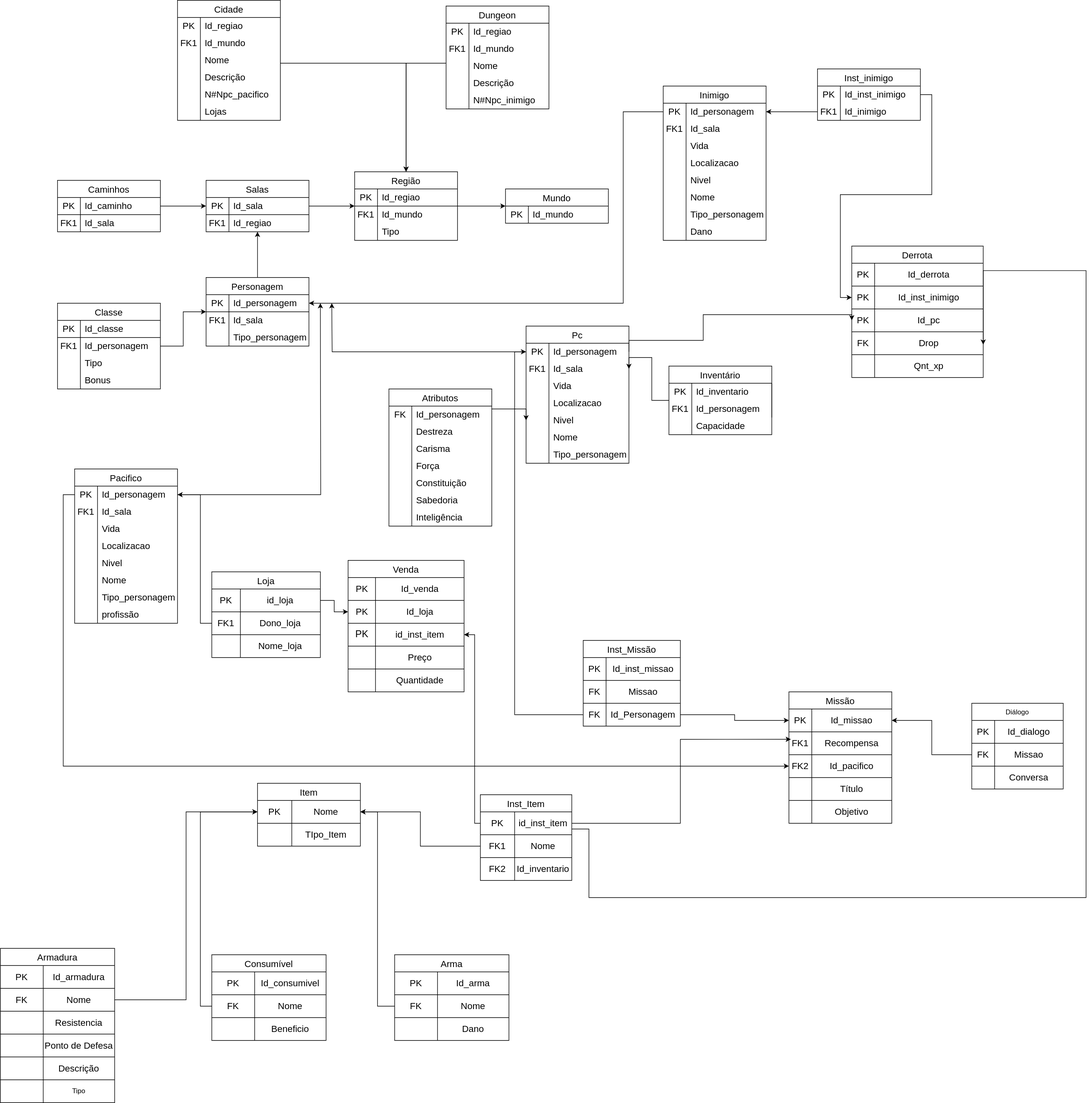
Before: docs/modulo_01/MER.drawio.svg, a diagram exported from draw.io (SBD1/2024.2-D-D-classico). Source tidied: cells renumbered, new cells last; positions are measured from the earlier drawing's top-left corner, leaving out a move shared by most shapes.
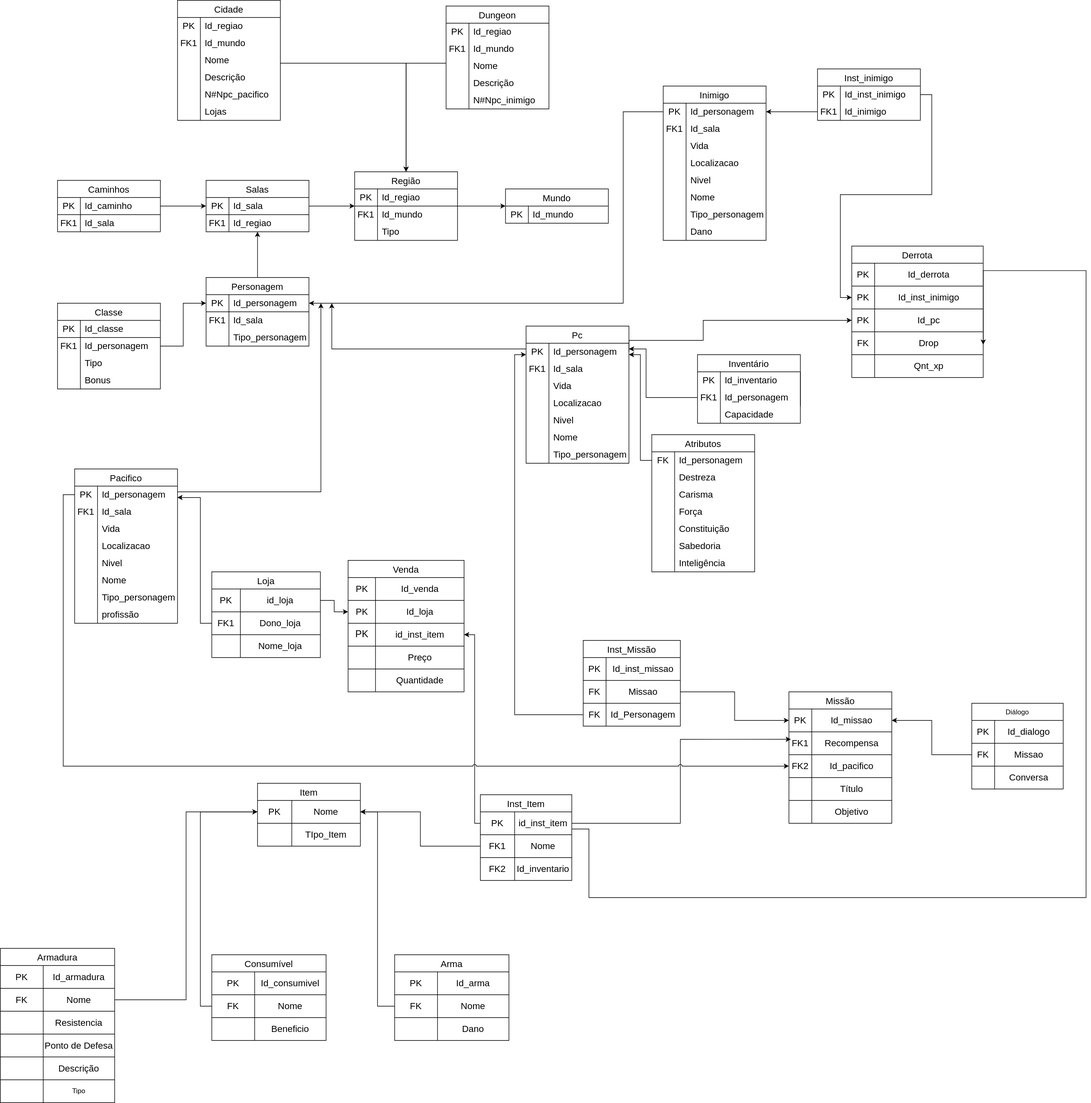
Above is the later version.

The edit, as a diff of the source:
```diff
@@ -121,16 +121,13 @@
     <mxCell id="38" style="line;strokeWidth=1;html=1;" parent="1" vertex="1">
       <mxGeometry x="100" y="370" width="180" height="10" as="geometry" />
     </mxCell>
-    <mxCell id="39" style="edgeStyle=orthogonalEdgeStyle;rounded=0;jettySize=auto;html=1;entryX=1;entryY=0.5;entryDx=0;entryDy=0;" parent="1" edge="1" source="52" target="196">
-      <mxGeometry relative="1" as="geometry">
-        <Array as="points">
-          <mxPoint x="1140" y="700" />
-          <mxPoint x="1140" y="625" />
-        </Array>
-      </mxGeometry>
-    </mxCell>
     <mxCell id="40" style="edgeStyle=orthogonalEdgeStyle;rounded=0;jettySize=auto;html=1;" parent="1" edge="1" source="70" target="41">
-      <mxGeometry relative="1" as="geometry" />
+      <mxGeometry relative="1" as="geometry">
+        <Array as="points">
+          <mxPoint x="320" y="605" />
+          <mxPoint x="320" y="530" />
+        </Array>
+      </mxGeometry>
     </mxCell>
     <mxCell id="41" value="Personagem" style="shape=table;startSize=30;rowLines=0;fontStyle=0;strokeColor=default;fontSize=16;" parent="1" vertex="1">
       <mxGeometry x="360" y="485" width="180" height="120" as="geometry" />
@@ -166,7 +163,7 @@
       <mxGeometry x="360" y="540" width="180" height="10" as="geometry" />
     </mxCell>
     <mxCell id="52" value="Inventário" style="shape=table;startSize=30;rowLines=0;fontStyle=0;strokeColor=default;fontSize=16;" parent="1" vertex="1">
-      <mxGeometry x="1170" y="640" width="180" height="120" as="geometry" />
+      <mxGeometry x="1220" y="620" width="180" height="120" as="geometry" />
     </mxCell>
     <mxCell id="53" style="shape=tableRow;horizontal=0;startSize=0;swimlaneHead=0;swimlaneBody=0;top=0;left=0;bottom=0;right=0;fillColor=none;strokeColor=inherit;fontSize=16;" parent="52" vertex="1">
       <mxGeometry y="30" width="180" height="30" as="geometry" />
@@ -294,11 +291,12 @@
     <mxCell id="94" value="&lt;font style=&quot;font-size: 16px;&quot;&gt;Nome_loja&lt;/font&gt;" style="shape=partialRectangle;html=1;whiteSpace=wrap;strokeColor=inherit;overflow=hidden;fillColor=none;top=0;left=0;bottom=0;right=0;" parent="92" vertex="1">
       <mxGeometry x="50" width="140" height="40" as="geometry" />
     </mxCell>
-    <mxCell id="95" style="edgeStyle=orthogonalEdgeStyle;rounded=0;jettySize=auto;html=1;entryX=1;entryY=0.5;entryDx=0;entryDy=0;exitX=0;exitY=0.5;exitDx=0;exitDy=0;" parent="1" edge="1" source="89" target="238">
+    <mxCell id="95" style="edgeStyle=orthogonalEdgeStyle;rounded=0;jettySize=auto;html=1;entryX=0.999;entryY=0.661;entryDx=0;entryDy=0;exitX=0;exitY=0.5;exitDx=0;exitDy=0;entryPerimeter=0;" parent="1" edge="1" source="89" target="238">
       <mxGeometry relative="1" as="geometry">
         <Array as="points">
           <mxPoint x="350" y="1090" />
-          <mxPoint x="350" y="865" />
+          <mxPoint x="350" y="870" />
+          <mxPoint x="310" y="870" />
         </Array>
       </mxGeometry>
     </mxCell>
@@ -431,8 +429,9 @@
     <mxCell id="138" style="edgeStyle=orthogonalEdgeStyle;rounded=0;jettySize=auto;html=1;exitX=1;exitY=0.5;exitDx=0;exitDy=0;entryX=0;entryY=0.5;entryDx=0;entryDy=0;" parent="1" edge="1" source="193" target="129">
       <mxGeometry relative="1" as="geometry">
         <Array as="points">
+          <mxPoint x="1100" y="595" />
           <mxPoint x="1230" y="595" />
-          <mxPoint x="1230" y="550" />
+          <mxPoint x="1230" y="560" />
         </Array>
       </mxGeometry>
     </mxCell>
@@ -561,9 +560,6 @@
     <mxCell id="177" value="&lt;font style=&quot;font-size: 16px;&quot;&gt;Beneficio&lt;br&gt;&lt;/font&gt;" style="shape=partialRectangle;html=1;whiteSpace=wrap;strokeColor=inherit;overflow=hidden;fillColor=none;top=0;left=0;bottom=0;right=0;" parent="175" vertex="1">
       <mxGeometry x="75" width="125" height="40" as="geometry" />
     </mxCell>
-    <mxCell id="178" style="edgeStyle=orthogonalEdgeStyle;rounded=0;jettySize=auto;html=1;" parent="1" edge="1" source="192" target="59">
-      <mxGeometry relative="1" as="geometry" />
-    </mxCell>
     <mxCell id="179" value="Arma" style="shape=table;startSize=30;fontSize=16;" parent="1" vertex="1">
       <mxGeometry x="690" y="1670" width="200" height="150" as="geometry" />
     </mxCell>
@@ -670,7 +666,7 @@
       <mxGeometry x="40" width="140" height="30" as="geometry" />
     </mxCell>
     <mxCell id="214" value="Atributos" style="shape=table;startSize=30;rowLines=0;fontStyle=0;strokeColor=default;fontSize=16;" parent="1" vertex="1">
-      <mxGeometry x="680" y="680" width="180" height="240" as="geometry" />
+      <mxGeometry x="1140" y="760" width="180" height="240" as="geometry" />
     </mxCell>
     <mxCell id="215" style="shape=tableRow;horizontal=0;startSize=0;swimlaneHead=0;swimlaneBody=0;top=0;left=0;bottom=0;right=0;fillColor=none;points=[[0,0.5],[1,0.5]];portConstraint=eastwest;strokeColor=inherit;fontSize=16;" parent="214" vertex="1">
       <mxGeometry y="30" width="180" height="30" as="geometry" />
@@ -735,14 +731,6 @@
     <mxCell id="235" value="Inteligência" style="shape=partialRectangle;html=1;whiteSpace=wrap;fillColor=none;top=0;left=0;bottom=0;right=0;align=left;spacingLeft=6;overflow=hidden;strokeColor=inherit;fontSize=16;" parent="233" vertex="1">
       <mxGeometry x="40" width="140" height="30" as="geometry" />
     </mxCell>
-    <mxCell id="236" style="edgeStyle=orthogonalEdgeStyle;rounded=0;jettySize=auto;html=1;entryX=0;entryY=0.5;entryDx=0;entryDy=0;jumpStyle=arc;" parent="1" edge="1" source="215" target="205">
-      <mxGeometry relative="1" as="geometry">
-        <Array as="points">
-          <mxPoint x="860" y="725" />
-          <mxPoint x="860" y="715" />
-        </Array>
-      </mxGeometry>
-    </mxCell>
     <mxCell id="237" value="Pacifico" style="shape=table;startSize=30;rowLines=0;fontStyle=0;strokeColor=default;fontSize=16;" parent="1" vertex="1">
       <mxGeometry x="130" y="820" width="180" height="270" as="geometry" />
     </mxCell>
@@ -904,11 +892,18 @@
     <mxCell id="288" style="edgeStyle=orthogonalEdgeStyle;rounded=0;jettySize=auto;html=1;" parent="1" edge="1" source="193">
       <mxGeometry relative="1" as="geometry">
         <mxPoint x="580" y="530" as="targetPoint" />
+        <Array as="points">
+          <mxPoint x="580" y="610" />
+        </Array>
       </mxGeometry>
     </mxCell>
     <mxCell id="289" style="edgeStyle=orthogonalEdgeStyle;rounded=0;jettySize=auto;html=1;" parent="1" edge="1" source="238">
       <mxGeometry relative="1" as="geometry">
         <mxPoint x="560" y="530" as="targetPoint" />
+        <Array as="points">
+          <mxPoint x="561" y="860" />
+          <mxPoint x="561" y="530" />
+        </Array>
       </mxGeometry>
     </mxCell>
     <mxCell id="290" value="Missão" style="shape=table;startSize=30;fontSize=16;" parent="1" vertex="1">
@@ -1054,9 +1049,6 @@
         </Array>
       </mxGeometry>
     </mxCell>
-    <mxCell id="336" style="edgeStyle=orthogonalEdgeStyle;rounded=0;jettySize=auto;html=1;entryX=0;entryY=0.5;entryDx=0;entryDy=0;" parent="1" edge="1" source="332" target="291">
-      <mxGeometry relative="1" as="geometry" />
-    </mxCell>
     <mxCell id="337" value="Dungeon" style="shape=table;startSize=30;rowLines=0;fontStyle=0;strokeColor=default;fontSize=16;" parent="1" vertex="1">
       <mxGeometry x="780" y="10" width="180" height="180" as="geometry" />
     </mxCell>
@@ -1141,14 +1133,44 @@
     <mxCell id="364" style="edgeStyle=orthogonalEdgeStyle;rounded=0;jettySize=auto;html=1;entryX=1;entryY=0.5;entryDx=0;entryDy=0;" parent="1" edge="1" source="357" target="291">
       <mxGeometry relative="1" as="geometry" />
     </mxCell>
-    <mxCell id="365" style="edgeStyle=orthogonalEdgeStyle;rounded=0;jettySize=auto;html=1;entryX=0;entryY=0.5;entryDx=0;entryDy=0;" parent="1" edge="1" source="332" target="193">
-      <mxGeometry relative="1" as="geometry" />
+    <mxCell id="365" style="edgeStyle=orthogonalEdgeStyle;rounded=0;jettySize=auto;html=1;" parent="1" edge="1" source="332">
+      <mxGeometry relative="1" as="geometry">
+        <mxPoint x="920" y="620" as="targetPoint" />
+        <Array as="points">
+          <mxPoint x="900" y="1250" />
+          <mxPoint x="900" y="620" />
+          <mxPoint x="920" y="620" />
+        </Array>
+      </mxGeometry>
     </mxCell>
     <mxCell id="366" style="edgeStyle=orthogonalEdgeStyle;rounded=0;jettySize=auto;html=1;entryX=0.019;entryY=0.328;entryDx=0;entryDy=0;entryPerimeter=0;" parent="1" edge="1" source="97" target="294">
       <mxGeometry relative="1" as="geometry" />
     </mxCell>
-    <mxCell id="367" style="edgeStyle=orthogonalEdgeStyle;rounded=0;jettySize=auto;html=1;exitX=0;exitY=0.5;exitDx=0;exitDy=0;entryX=0;entryY=0.5;entryDx=0;entryDy=0;" parent="1" edge="1" source="238" target="297">
+    <mxCell id="367" style="edgeStyle=orthogonalEdgeStyle;rounded=0;jettySize=auto;html=1;exitX=0;exitY=0.5;exitDx=0;exitDy=0;entryX=0;entryY=0.5;entryDx=0;entryDy=0;jumpStyle=arc;" parent="1" edge="1" source="238" target="297">
       <mxGeometry relative="1" as="geometry" />
     </mxCell>
+    <mxCell id="368" style="edgeStyle=orthogonalEdgeStyle;rounded=0;jettySize=auto;html=1;entryX=0;entryY=0.5;entryDx=0;entryDy=0;" parent="1" edge="1" source="329" target="291">
+      <mxGeometry relative="1" as="geometry" />
+    </mxCell>
+    <mxCell id="369" style="edgeStyle=orthogonalEdgeStyle;rounded=0;jettySize=auto;html=1;" parent="1" edge="1" source="215">
+      <mxGeometry relative="1" as="geometry">
+        <mxPoint x="1100" y="620" as="targetPoint" />
+        <Array as="points">
+          <mxPoint x="1120" y="805" />
+          <mxPoint x="1120" y="620" />
+          <mxPoint x="1100" y="620" />
+        </Array>
+      </mxGeometry>
+    </mxCell>
+    <mxCell id="370" style="edgeStyle=orthogonalEdgeStyle;rounded=0;jettySize=auto;html=1;endArrow=classic;endFill=1;" parent="1" edge="1" source="56">
+      <mxGeometry relative="1" as="geometry">
+        <mxPoint x="1100" y="610" as="targetPoint" />
+        <Array as="points">
+          <mxPoint x="1130" y="695" />
+          <mxPoint x="1130" y="610" />
+          <mxPoint x="1120" y="610" />
+        </Array>
+      </mxGeometry>
+    </mxCell>
   </root>
 </mxGraphModel>
```
